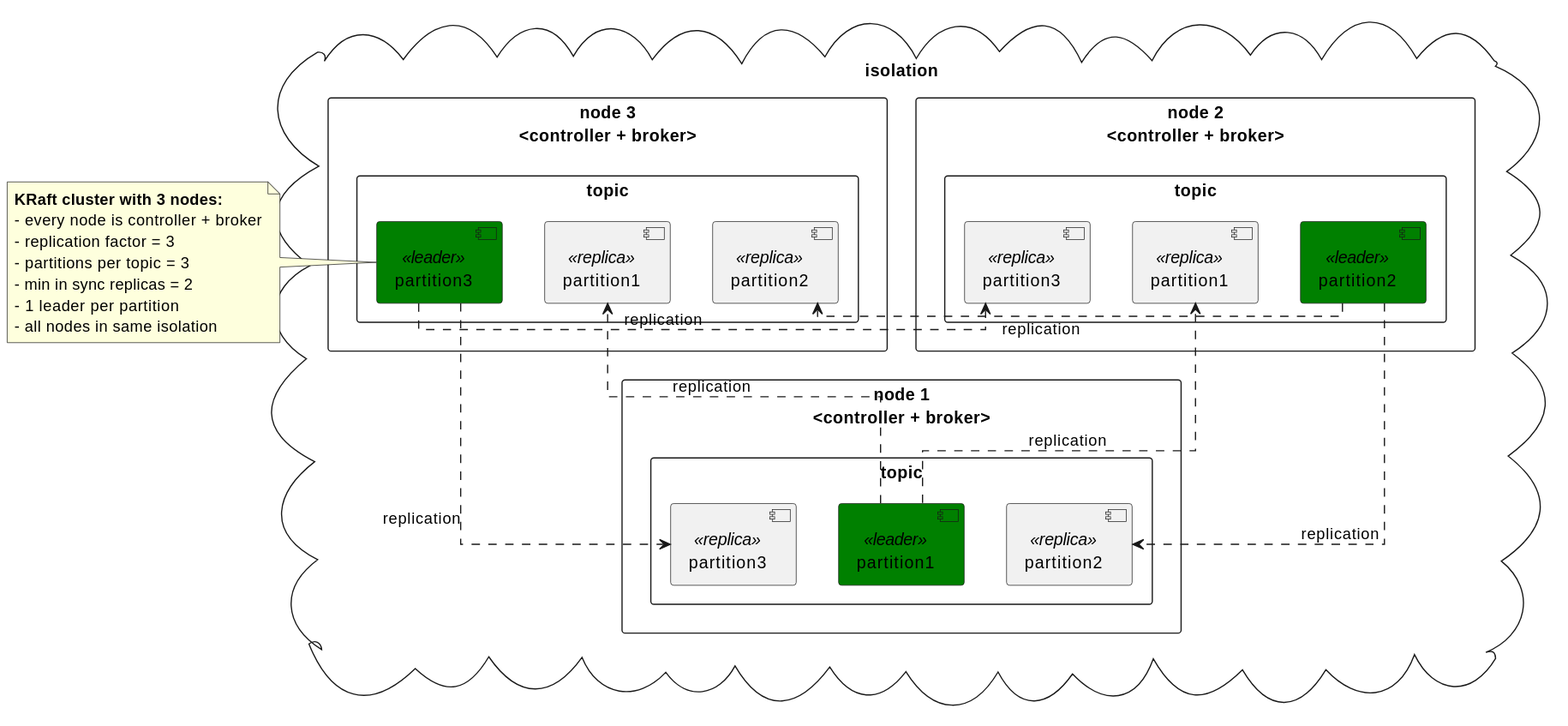
Above: docs/kafka_comp_demo.svg in 7mza/kafka-demo (PlantUML), before the change.
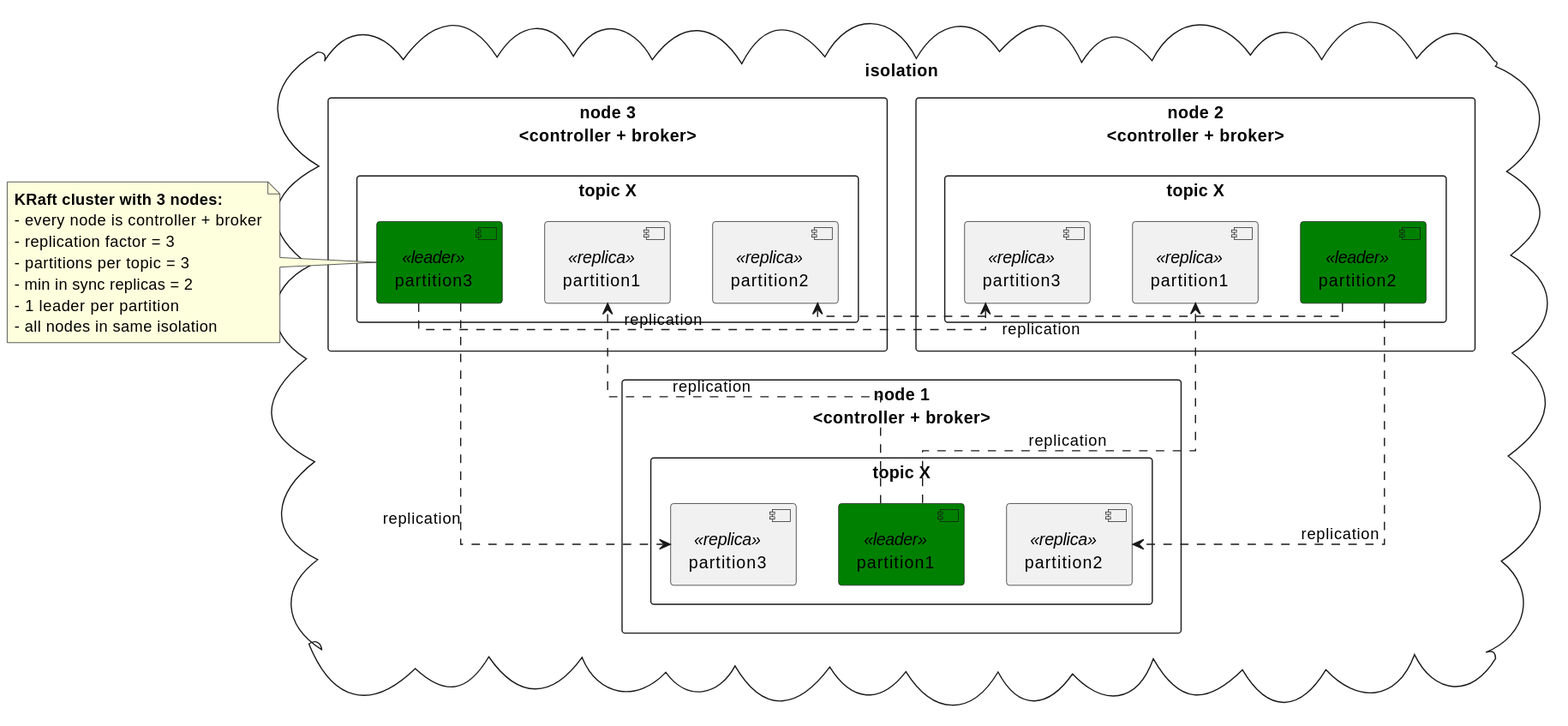
After the commit.

The edit, as a diff of the source:
```diff
@@ -7,7 +7,7 @@
 
 cloud "isolation"  {
     rectangle "node 1\n<controller + broker>" as N1 {
-        rectangle "topic" as T1N1 {
+        rectangle "topic X" as T1N1 {
             [partition1] <<leader>> as N1P1
             [partition2] <<replica>> as N1P2
             [partition3] <<replica>> as N1P3
@@ -15,7 +15,7 @@
     }
 
     rectangle "node 2\n<controller + broker>" as N2 {
-        rectangle "topic" as T1N2 {
+        rectangle "topic X" as T1N2 {
             [partition1] <<replica>> as N2P1
             [partition2] <<leader>> as N2P2
             [partition3] <<replica>> as N2P3
@@ -23,7 +23,7 @@
     }
 
     rectangle "node 3\n<controller + broker>" as N3 {
-        rectangle "topic" as T1N3 {
+        rectangle "topic X" as T1N3 {
             [partition1] <<replica>> as N3P1
             [partition2] <<replica>> as N3P2
             [partition3] <<leader>> as N3P3
```
